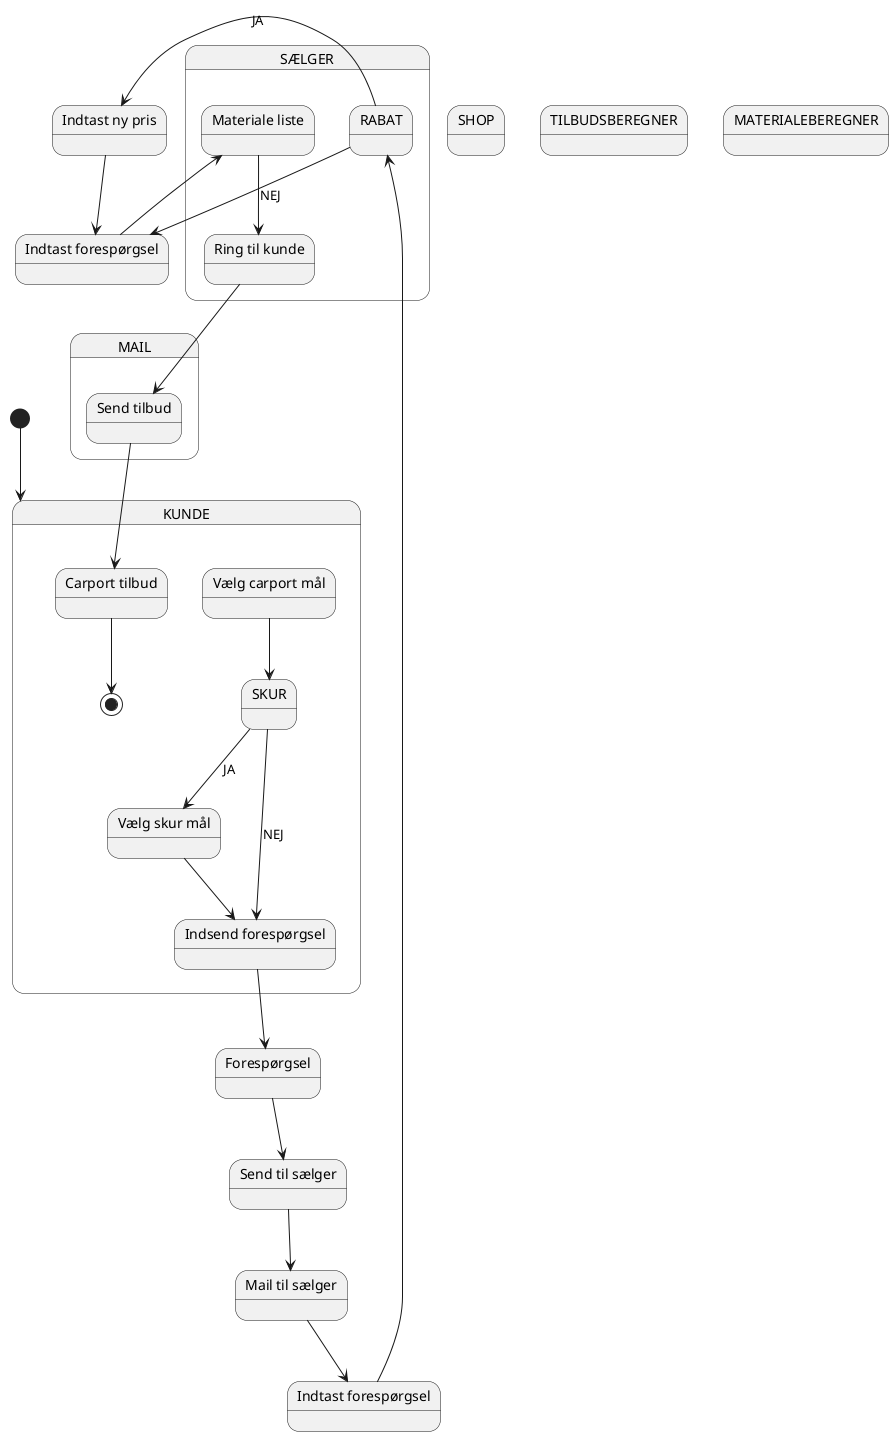
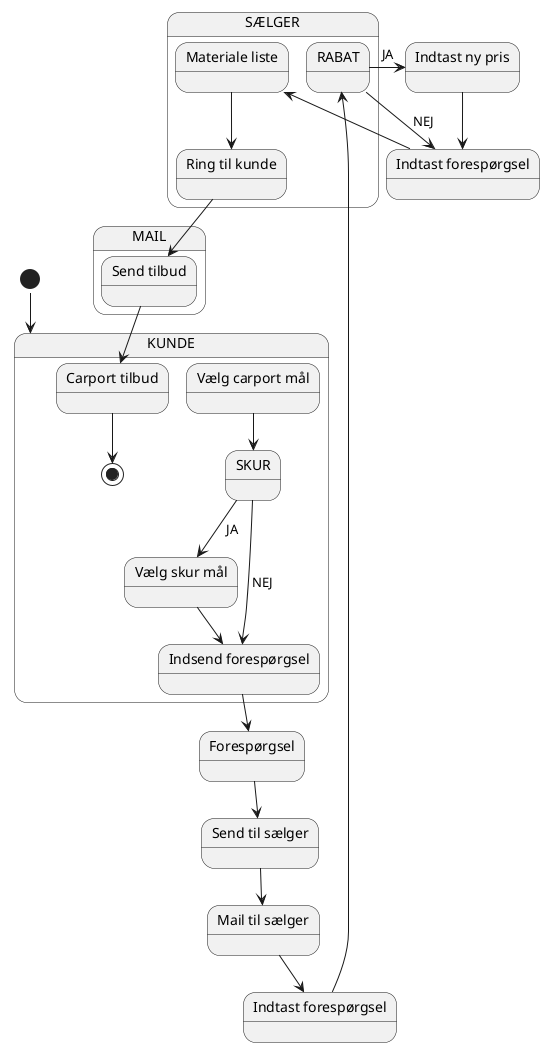
@startuml
'https://plantuml.com/state-diagram
+ !pragma layout smetana
+ 

state start <<start>>


start --> KUNDE

state KUNDE {
  state "Vælg carport mål" as carportMål
  state "Vælg skur mål" as skurMål
  state "Indsend forespørgsel" as send
  state "SKUR"

  carportMål --> SKUR
  SKUR --> skurMål : JA
  SKUR --> send : NEJ
  skurMål --> send

  state "Carport tilbud" as resolved
  state end <<end>>

  resolved --> end
}

send --> ask

state SHOP {
    state "Forespørgsel" as ask
}

ask --> sendTo

state MAIL {
    state "Send til sælger" as sendTo

    state "Send tilbud" as sendDis

    sendDis --> resolved

}

sendTo --> mail

state SÆLGER {
    state "Mail til sælger" as mail
    state "RABAT" as discount

    state "Materiale liste" as materialList
    state "Ring til kunde" as callCustomer

    materialList --> callCustomer
    callCustomer --> sendDis
}

mail --> write
discount --> newPrice : JA

state TILBUDSBEREGNER {
    state "Indtast forespørgsel" as write
    state "Indtast ny pris" as newPrice
}

write -> discount
newPrice --> material
discount --> material : NEJ

state MATERIALEBEREGNER {
    state "Indtast forespørgsel" as material
}

material --> materialList

@enduml